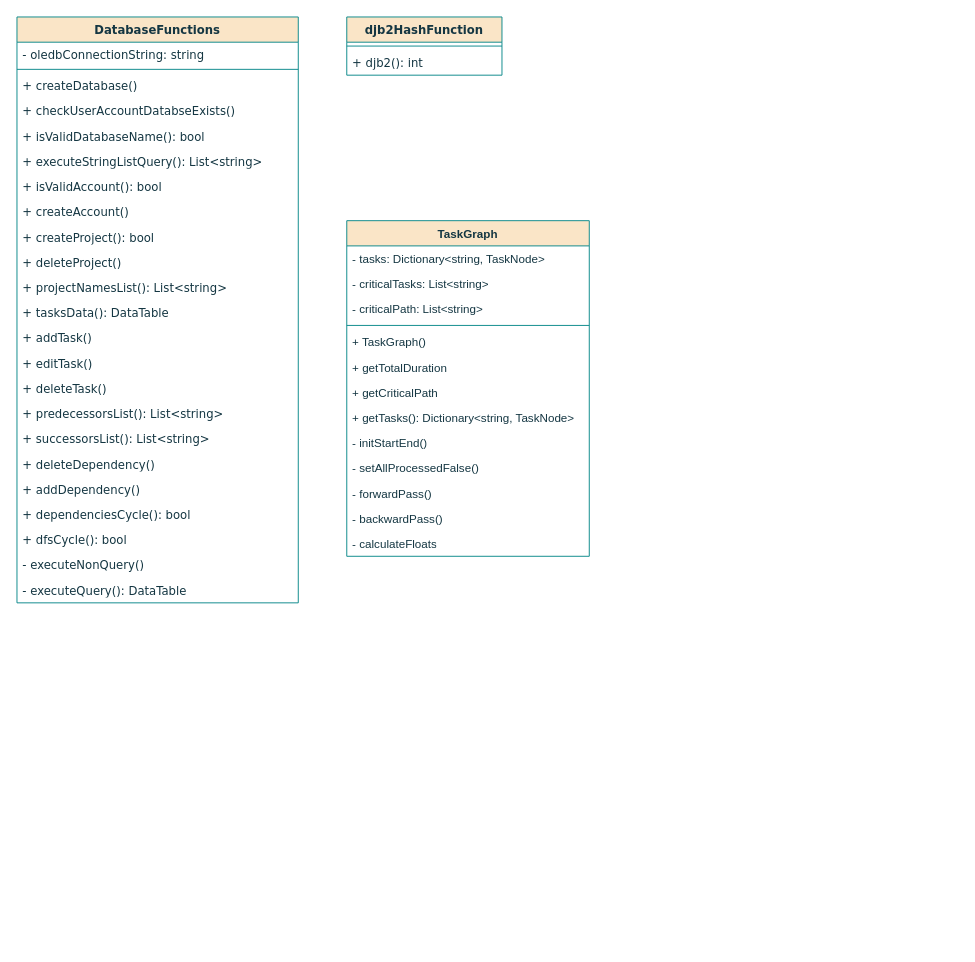
This is UMLClassDiagram.drawio from Senacen/Critical-Path-Project-Manager-NEA-MS-Access, a draw.io file, before an edit. Source tidied: cells renumbered, new cells numbered last; positions are measured from the earlier drawing's top-left corner, leaving out a move shared by most shapes. Both pictures are drawn from the tidied source at 97%, with x=0, y=0 at pixel (16, 16).
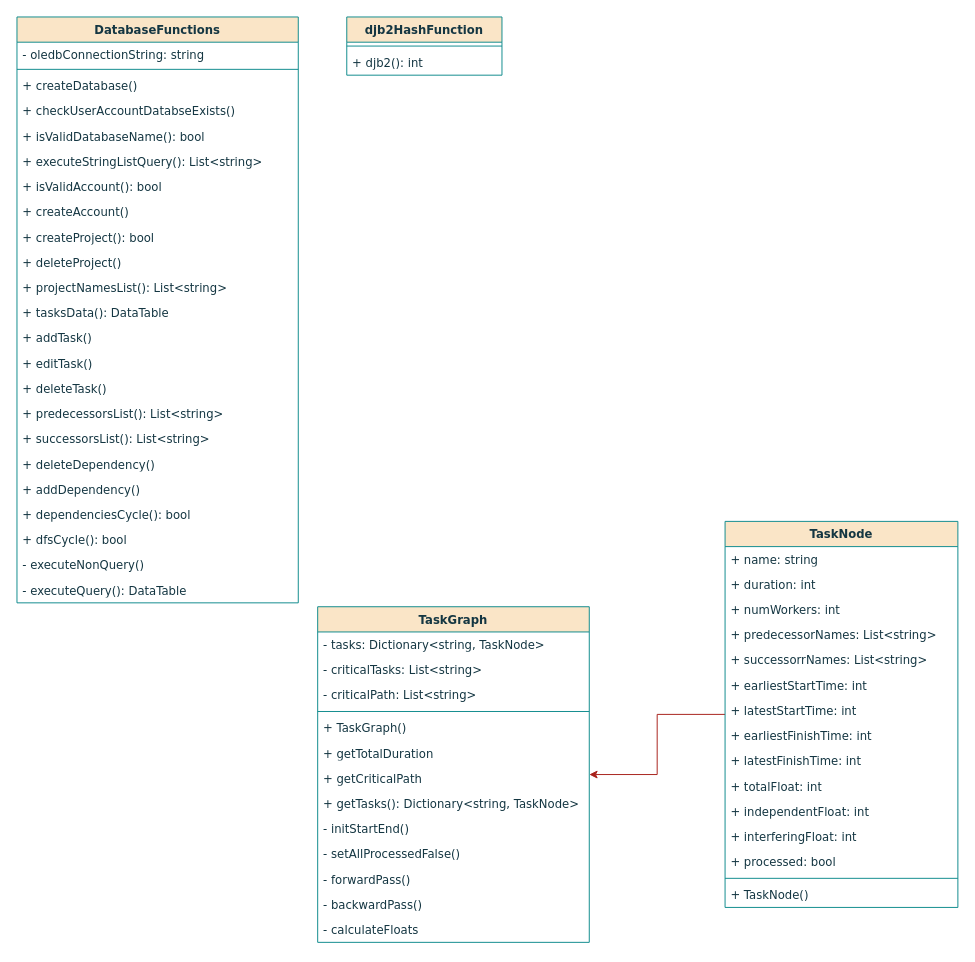
After the change.

The edit, as a diff of the source:
```diff
@@
-<mxGraphModel>
+<mxGraphModel background="#ffffff">
@@
-    <mxCell id="29" value="TaskGraph" style="swimlane;fontStyle=1;align=center;verticalAlign=top;horizontal=1;startSize=26;whiteSpace=wrap;html=1;strokeColor=#0F8B8D;fontColor=#143642;fillColor=#FAE5C7;" parent="1" vertex="1">
-      <mxGeometry x="340" y="210" width="250" height="346" as="geometry" />
+    <mxCell id="29" value="TaskGraph" style="swimlane;fontStyle=1;align=center;verticalAlign=top;horizontal=1;startSize=26;whiteSpace=wrap;html=1;strokeColor=#0F8B8D;fontColor=#143642;fillColor=#FAE5C7;fontFamily=Verdana;" parent="1" vertex="1">
+      <mxGeometry x="310" y="608" width="280" height="346" as="geometry" />
     </mxCell>
-    <mxCell id="30" value="- tasks: Dictionary&amp;lt;string, TaskNode&amp;gt;&amp;nbsp;" style="text;strokeColor=none;fillColor=none;align=left;verticalAlign=top;spacingLeft=4;spacingRight=4;overflow=hidden;whiteSpace=wrap;html=1;fontColor=#143642;" parent="29" vertex="1">
-      <mxGeometry y="26" width="250" height="26" as="geometry" />
+    <mxCell id="30" value="- tasks: Dictionary&amp;lt;string, TaskNode&amp;gt;&amp;nbsp;" style="text;strokeColor=none;fillColor=none;align=left;verticalAlign=top;spacingLeft=4;spacingRight=4;overflow=hidden;whiteSpace=wrap;html=1;fontColor=#143642;fontFamily=Verdana;" parent="29" vertex="1">
+      <mxGeometry y="26" width="280" height="26" as="geometry" />
     </mxCell>
-    <mxCell id="31" value="- criticalTasks: List&amp;lt;string&amp;gt;" style="text;strokeColor=none;fillColor=none;align=left;verticalAlign=top;spacingLeft=4;spacingRight=4;overflow=hidden;whiteSpace=wrap;html=1;fontColor=#143642;" parent="29" vertex="1">
-      <mxGeometry y="52" width="250" height="26" as="geometry" />
+    <mxCell id="31" value="- criticalTasks: List&amp;lt;string&amp;gt;" style="text;strokeColor=none;fillColor=none;align=left;verticalAlign=top;spacingLeft=4;spacingRight=4;overflow=hidden;whiteSpace=wrap;html=1;fontColor=#143642;fontFamily=Verdana;" parent="29" vertex="1">
+      <mxGeometry y="52" width="280" height="26" as="geometry" />
     </mxCell>
-    <mxCell id="32" value="- criticalPath: List&amp;lt;string&amp;gt;" style="text;strokeColor=none;fillColor=none;align=left;verticalAlign=top;spacingLeft=4;spacingRight=4;overflow=hidden;whiteSpace=wrap;html=1;fontColor=#143642;" parent="29" vertex="1">
-      <mxGeometry y="78" width="250" height="26" as="geometry" />
+    <mxCell id="32" value="- criticalPath: List&amp;lt;string&amp;gt;" style="text;strokeColor=none;fillColor=none;align=left;verticalAlign=top;spacingLeft=4;spacingRight=4;overflow=hidden;whiteSpace=wrap;html=1;fontColor=#143642;fontFamily=Verdana;" parent="29" vertex="1">
+      <mxGeometry y="78" width="280" height="26" as="geometry" />
     </mxCell>
-    <mxCell id="33" style="line;strokeWidth=1;fillColor=none;align=left;verticalAlign=middle;spacingTop=-1;spacingLeft=3;spacingRight=3;labelPosition=right;strokeColor=inherit;fontColor=#143642;" parent="29" vertex="1">
-      <mxGeometry y="104" width="250" height="8" as="geometry" />
+    <mxCell id="33" style="line;strokeWidth=1;fillColor=none;align=left;verticalAlign=middle;spacingTop=-1;spacingLeft=3;spacingRight=3;labelPosition=right;strokeColor=inherit;fontColor=#143642;fontFamily=Verdana;" parent="29" vertex="1">
+      <mxGeometry y="104" width="280" height="8" as="geometry" />
     </mxCell>
-    <mxCell id="34" value="+ TaskGraph()" style="text;strokeColor=none;fillColor=none;align=left;verticalAlign=top;spacingLeft=4;spacingRight=4;overflow=hidden;whiteSpace=wrap;html=1;fontColor=#143642;" parent="29" vertex="1">
-      <mxGeometry y="112" width="250" height="26" as="geometry" />
+    <mxCell id="34" value="+ TaskGraph()" style="text;strokeColor=none;fillColor=none;align=left;verticalAlign=top;spacingLeft=4;spacingRight=4;overflow=hidden;whiteSpace=wrap;html=1;fontColor=#143642;fontFamily=Verdana;" parent="29" vertex="1">
+      <mxGeometry y="112" width="280" height="26" as="geometry" />
     </mxCell>
-    <mxCell id="35" value="+ getTotalDuration" style="text;strokeColor=none;fillColor=none;align=left;verticalAlign=top;spacingLeft=4;spacingRight=4;overflow=hidden;whiteSpace=wrap;html=1;fontColor=#143642;" parent="29" vertex="1">
-      <mxGeometry y="138" width="250" height="26" as="geometry" />
+    <mxCell id="35" value="+ getTotalDuration" style="text;strokeColor=none;fillColor=none;align=left;verticalAlign=top;spacingLeft=4;spacingRight=4;overflow=hidden;whiteSpace=wrap;html=1;fontColor=#143642;fontFamily=Verdana;" parent="29" vertex="1">
+      <mxGeometry y="138" width="280" height="26" as="geometry" />
     </mxCell>
-    <mxCell id="36" value="+ getCriticalPath" style="text;strokeColor=none;fillColor=none;align=left;verticalAlign=top;spacingLeft=4;spacingRight=4;overflow=hidden;whiteSpace=wrap;html=1;fontColor=#143642;" parent="29" vertex="1">
-      <mxGeometry y="164" width="250" height="26" as="geometry" />
+    <mxCell id="36" value="+ getCriticalPath" style="text;strokeColor=none;fillColor=none;align=left;verticalAlign=top;spacingLeft=4;spacingRight=4;overflow=hidden;whiteSpace=wrap;html=1;fontColor=#143642;fontFamily=Verdana;" parent="29" vertex="1">
+      <mxGeometry y="164" width="280" height="26" as="geometry" />
     </mxCell>
-    <mxCell id="37" value="+ getTasks(): Dictionary&amp;lt;string, TaskNode&amp;gt;" style="text;strokeColor=none;fillColor=none;align=left;verticalAlign=top;spacingLeft=4;spacingRight=4;overflow=hidden;whiteSpace=wrap;html=1;fontColor=#143642;" parent="29" vertex="1">
-      <mxGeometry y="190" width="250" height="26" as="geometry" />
+    <mxCell id="37" value="+ getTasks(): Dictionary&amp;lt;string, TaskNode&amp;gt;" style="text;strokeColor=none;fillColor=none;align=left;verticalAlign=top;spacingLeft=4;spacingRight=4;overflow=hidden;whiteSpace=wrap;html=1;fontColor=#143642;fontFamily=Verdana;" parent="29" vertex="1">
+      <mxGeometry y="190" width="280" height="26" as="geometry" />
     </mxCell>
-    <mxCell id="38" value="- initStartEnd()" style="text;strokeColor=none;fillColor=none;align=left;verticalAlign=top;spacingLeft=4;spacingRight=4;overflow=hidden;whiteSpace=wrap;html=1;fontColor=#143642;" parent="29" vertex="1">
-      <mxGeometry y="216" width="250" height="26" as="geometry" />
+    <mxCell id="38" value="- initStartEnd()" style="text;strokeColor=none;fillColor=none;align=left;verticalAlign=top;spacingLeft=4;spacingRight=4;overflow=hidden;whiteSpace=wrap;html=1;fontColor=#143642;fontFamily=Verdana;" parent="29" vertex="1">
+      <mxGeometry y="216" width="280" height="26" as="geometry" />
     </mxCell>
-    <mxCell id="39" value="- setAllProcessedFalse()" style="text;strokeColor=none;fillColor=none;align=left;verticalAlign=top;spacingLeft=4;spacingRight=4;overflow=hidden;whiteSpace=wrap;html=1;fontColor=#143642;" parent="29" vertex="1">
-      <mxGeometry y="242" width="250" height="26" as="geometry" />
+    <mxCell id="39" value="- setAllProcessedFalse()" style="text;strokeColor=none;fillColor=none;align=left;verticalAlign=top;spacingLeft=4;spacingRight=4;overflow=hidden;whiteSpace=wrap;html=1;fontColor=#143642;fontFamily=Verdana;" parent="29" vertex="1">
+      <mxGeometry y="242" width="280" height="26" as="geometry" />
     </mxCell>
-    <mxCell id="40" value="- forwardPass()" style="text;strokeColor=none;fillColor=none;align=left;verticalAlign=top;spacingLeft=4;spacingRight=4;overflow=hidden;whiteSpace=wrap;html=1;fontColor=#143642;" parent="29" vertex="1">
-      <mxGeometry y="268" width="250" height="26" as="geometry" />
+    <mxCell id="40" value="- forwardPass()" style="text;strokeColor=none;fillColor=none;align=left;verticalAlign=top;spacingLeft=4;spacingRight=4;overflow=hidden;whiteSpace=wrap;html=1;fontColor=#143642;fontFamily=Verdana;" parent="29" vertex="1">
+      <mxGeometry y="268" width="280" height="26" as="geometry" />
     </mxCell>
-    <mxCell id="41" value="- backwardPass()" style="text;strokeColor=none;fillColor=none;align=left;verticalAlign=top;spacingLeft=4;spacingRight=4;overflow=hidden;whiteSpace=wrap;html=1;fontColor=#143642;" parent="29" vertex="1">
-      <mxGeometry y="294" width="250" height="26" as="geometry" />
+    <mxCell id="41" value="- backwardPass()" style="text;strokeColor=none;fillColor=none;align=left;verticalAlign=top;spacingLeft=4;spacingRight=4;overflow=hidden;whiteSpace=wrap;html=1;fontColor=#143642;fontFamily=Verdana;" parent="29" vertex="1">
+      <mxGeometry y="294" width="280" height="26" as="geometry" />
     </mxCell>
-    <mxCell id="42" value="- calculateFloats" style="text;strokeColor=none;fillColor=none;align=left;verticalAlign=top;spacingLeft=4;spacingRight=4;overflow=hidden;whiteSpace=wrap;html=1;fontColor=#143642;" parent="29" vertex="1">
-      <mxGeometry y="320" width="250" height="26" as="geometry" />
+    <mxCell id="42" value="- calculateFloats" style="text;strokeColor=none;fillColor=none;align=left;verticalAlign=top;spacingLeft=4;spacingRight=4;overflow=hidden;whiteSpace=wrap;html=1;fontColor=#143642;fontFamily=Verdana;" parent="29" vertex="1">
+      <mxGeometry y="320" width="280" height="26" as="geometry" />
     </mxCell>
+    <mxCell id="43" style="edgeStyle=orthogonalEdgeStyle;rounded=0;jettySize=auto;html=1;strokeColor=#A8201A;fontColor=#143642;fillColor=#FAE5C7;" parent="1" edge="1" source="44" target="29">
+      <mxGeometry relative="1" as="geometry" />
+    </mxCell>
+    <mxCell id="44" value="TaskNode" style="swimlane;fontStyle=1;align=center;verticalAlign=top;horizontal=1;startSize=26;whiteSpace=wrap;html=1;strokeColor=#0F8B8D;fontColor=#143642;fillColor=#FAE5C7;fontFamily=Verdana;" parent="1" vertex="1">
+      <mxGeometry x="730" y="520" width="240" height="398" as="geometry" />
+    </mxCell>
+    <mxCell id="45" value="+ name: string" style="text;strokeColor=none;fillColor=none;align=left;verticalAlign=top;spacingLeft=4;spacingRight=4;overflow=hidden;whiteSpace=wrap;html=1;fontColor=#143642;fontFamily=Verdana;" parent="44" vertex="1">
+      <mxGeometry y="26" width="240" height="26" as="geometry" />
+    </mxCell>
+    <mxCell id="46" value="+ duration: int" style="text;strokeColor=none;fillColor=none;align=left;verticalAlign=top;spacingLeft=4;spacingRight=4;overflow=hidden;whiteSpace=wrap;html=1;fontColor=#143642;fontFamily=Verdana;" parent="44" vertex="1">
+      <mxGeometry y="52" width="240" height="26" as="geometry" />
+    </mxCell>
+    <mxCell id="47" value="+ numWorkers: int" style="text;strokeColor=none;fillColor=none;align=left;verticalAlign=top;spacingLeft=4;spacingRight=4;overflow=hidden;whiteSpace=wrap;html=1;fontColor=#143642;fontFamily=Verdana;" parent="44" vertex="1">
+      <mxGeometry y="78" width="240" height="26" as="geometry" />
+    </mxCell>
+    <mxCell id="48" value="+ predecessorNames: List&amp;lt;string&amp;gt;" style="text;strokeColor=none;fillColor=none;align=left;verticalAlign=top;spacingLeft=4;spacingRight=4;overflow=hidden;whiteSpace=wrap;html=1;fontColor=#143642;fontFamily=Verdana;" parent="44" vertex="1">
+      <mxGeometry y="104" width="240" height="26" as="geometry" />
+    </mxCell>
+    <mxCell id="49" value="+ successorrNames: List&amp;lt;string&amp;gt;" style="text;strokeColor=none;fillColor=none;align=left;verticalAlign=top;spacingLeft=4;spacingRight=4;overflow=hidden;whiteSpace=wrap;html=1;fontColor=#143642;fontFamily=Verdana;" parent="44" vertex="1">
+      <mxGeometry y="130" width="240" height="26" as="geometry" />
+    </mxCell>
+    <mxCell id="50" value="+ earliestStartTime: int" style="text;strokeColor=none;fillColor=none;align=left;verticalAlign=top;spacingLeft=4;spacingRight=4;overflow=hidden;whiteSpace=wrap;html=1;fontColor=#143642;fontFamily=Verdana;" parent="44" vertex="1">
+      <mxGeometry y="156" width="240" height="26" as="geometry" />
+    </mxCell>
+    <mxCell id="51" value="+ latestStartTime: int" style="text;strokeColor=none;fillColor=none;align=left;verticalAlign=top;spacingLeft=4;spacingRight=4;overflow=hidden;whiteSpace=wrap;html=1;fontColor=#143642;fontFamily=Verdana;" parent="44" vertex="1">
+      <mxGeometry y="182" width="240" height="26" as="geometry" />
+    </mxCell>
+    <mxCell id="52" value="+ earliestFinishTime: int" style="text;strokeColor=none;fillColor=none;align=left;verticalAlign=top;spacingLeft=4;spacingRight=4;overflow=hidden;whiteSpace=wrap;html=1;fontColor=#143642;fontFamily=Verdana;" parent="44" vertex="1">
+      <mxGeometry y="208" width="240" height="26" as="geometry" />
+    </mxCell>
+    <mxCell id="53" value="+ latestFinishTime: int" style="text;strokeColor=none;fillColor=none;align=left;verticalAlign=top;spacingLeft=4;spacingRight=4;overflow=hidden;whiteSpace=wrap;html=1;fontColor=#143642;fontFamily=Verdana;" parent="44" vertex="1">
+      <mxGeometry y="234" width="240" height="26" as="geometry" />
+    </mxCell>
+    <mxCell id="54" value="+ totalFloat: int" style="text;strokeColor=none;fillColor=none;align=left;verticalAlign=top;spacingLeft=4;spacingRight=4;overflow=hidden;whiteSpace=wrap;html=1;fontColor=#143642;fontFamily=Verdana;" parent="44" vertex="1">
+      <mxGeometry y="260" width="240" height="26" as="geometry" />
+    </mxCell>
+    <mxCell id="55" value="+ independentFloat: int" style="text;strokeColor=none;fillColor=none;align=left;verticalAlign=top;spacingLeft=4;spacingRight=4;overflow=hidden;whiteSpace=wrap;html=1;fontColor=#143642;fontFamily=Verdana;" parent="44" vertex="1">
+      <mxGeometry y="286" width="240" height="26" as="geometry" />
+    </mxCell>
+    <mxCell id="56" value="+ interferingFloat: int" style="text;strokeColor=none;fillColor=none;align=left;verticalAlign=top;spacingLeft=4;spacingRight=4;overflow=hidden;whiteSpace=wrap;html=1;fontColor=#143642;fontFamily=Verdana;" parent="44" vertex="1">
+      <mxGeometry y="312" width="240" height="26" as="geometry" />
+    </mxCell>
+    <mxCell id="57" value="+ processed: bool" style="text;strokeColor=none;fillColor=none;align=left;verticalAlign=top;spacingLeft=4;spacingRight=4;overflow=hidden;whiteSpace=wrap;html=1;fontColor=#143642;fontFamily=Verdana;" parent="44" vertex="1">
+      <mxGeometry y="338" width="240" height="26" as="geometry" />
+    </mxCell>
+    <mxCell id="58" style="line;strokeWidth=1;fillColor=none;align=left;verticalAlign=middle;spacingTop=-1;spacingLeft=3;spacingRight=3;labelPosition=right;strokeColor=inherit;fontColor=#143642;fontFamily=Verdana;" parent="44" vertex="1">
+      <mxGeometry y="364" width="240" height="8" as="geometry" />
+    </mxCell>
+    <mxCell id="59" value="+ TaskNode()" style="text;strokeColor=none;fillColor=none;align=left;verticalAlign=top;spacingLeft=4;spacingRight=4;overflow=hidden;whiteSpace=wrap;html=1;fontColor=#143642;fontFamily=Verdana;" parent="44" vertex="1">
+      <mxGeometry y="372" width="240" height="26" as="geometry" />
+    </mxCell>
```
